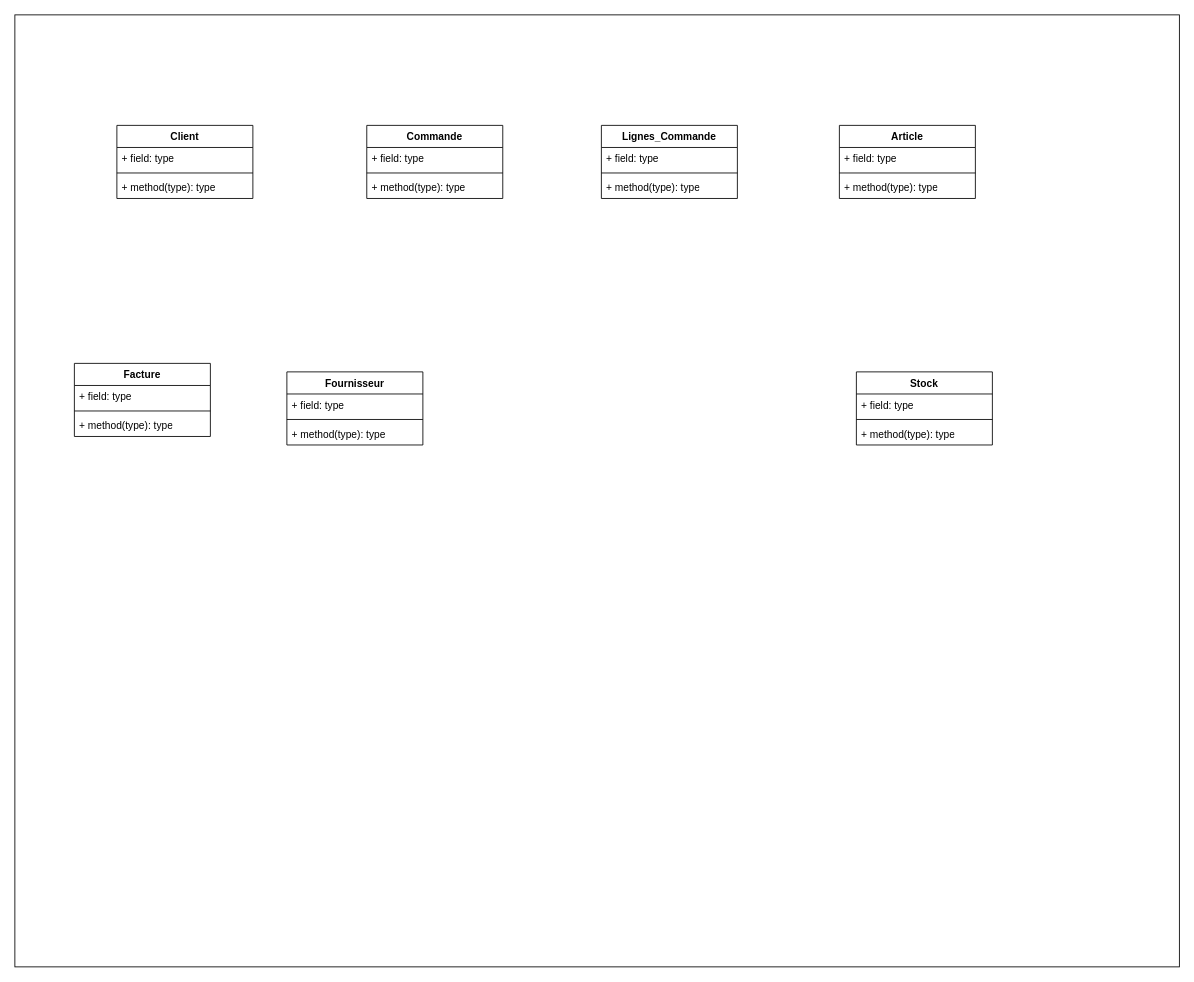
This is diagrammeclasseerp.drawio from labidimahdi/diagrams, a draw.io file, before an edit. Source tidied: cells renumbered, new cells numbered last; positions are measured from the earlier drawing's top-left corner, leaving out a move shared by most shapes. Both pictures are drawn from the tidied source at 85%, with x=0, y=0 at pixel (14, 14).
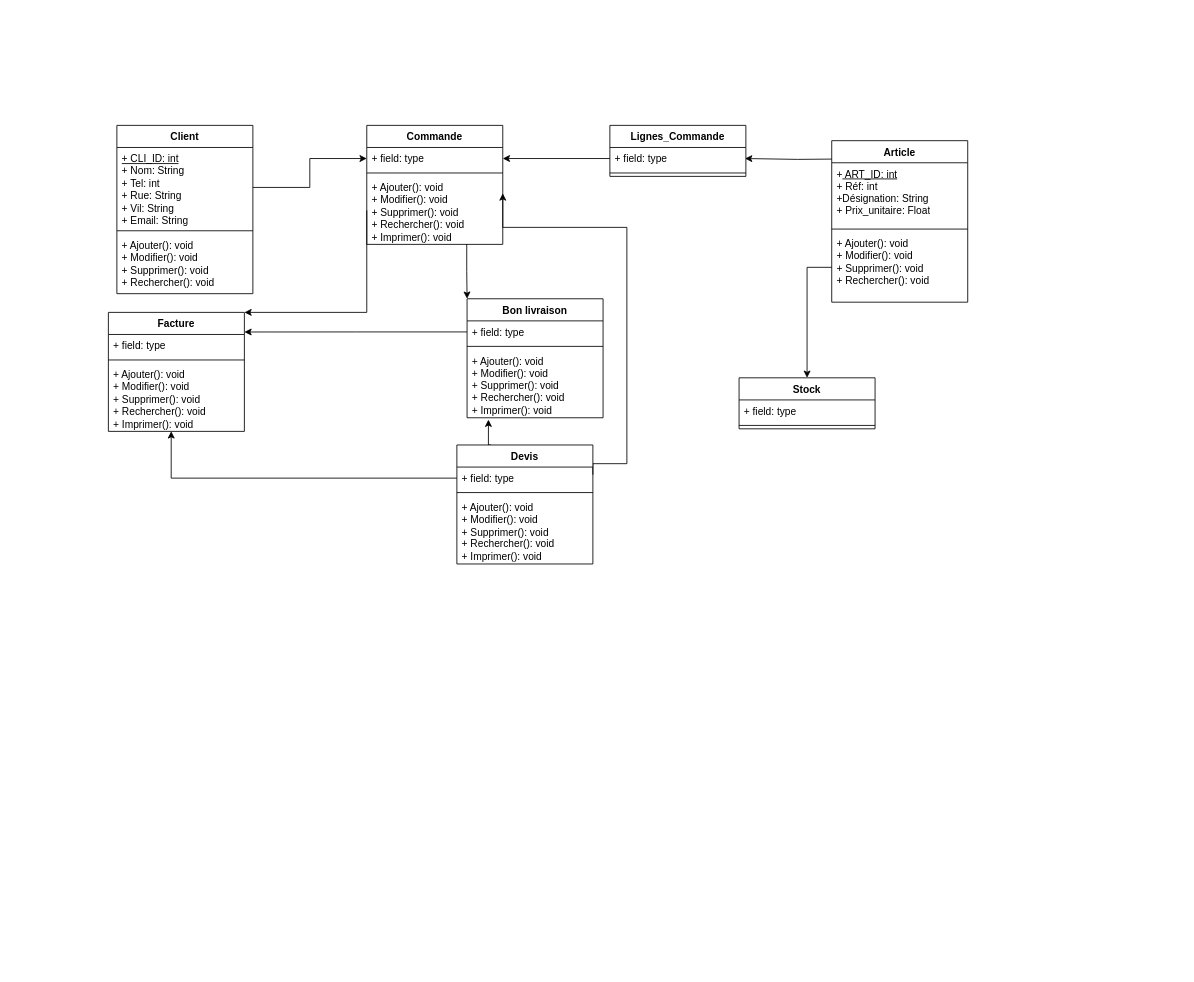
After the change.

Commit message (it also covers changes not shown here):
Mettre à jour diagrammeclasseerp.drawio

The change refers to these unchanged cells:
```xml
<mxCell id="8" value="+ field: type" style="text;strokeColor=none;fillColor=none;align=left;verticalAlign=top;spacingLeft=4;spacingRight=4;overflow=hidden;points=[[0,0.5],[1,0.5]];portConstraint=eastwest;whiteSpace=wrap;html=1;" parent="7" vertex="1">
  <mxGeometry y="26" width="160" height="26" as="geometry" />
</mxCell>
<mxCell id="12" value="+ field: type" style="text;strokeColor=none;fillColor=none;align=left;verticalAlign=top;spacingLeft=4;spacingRight=4;overflow=hidden;points=[[0,0.5],[1,0.5]];portConstraint=eastwest;whiteSpace=wrap;html=1;" parent="11" vertex="1">
  <mxGeometry y="26" width="160" height="26" as="geometry" />
</mxCell>
<mxCell id="20" value="+ field: type" style="text;strokeColor=none;fillColor=none;align=left;verticalAlign=top;spacingLeft=4;spacingRight=4;overflow=hidden;points=[[0,0.5],[1,0.5]];portConstraint=eastwest;whiteSpace=wrap;html=1;" parent="19" vertex="1">
  <mxGeometry y="26" width="160" height="26" as="geometry" />
</mxCell>
```

What changed in the source:
```diff
@@
-    <mxCell id="2" style="rounded=0;whiteSpace=wrap;html=1;" parent="1" vertex="1">
-      <mxGeometry width="1370" height="1120" as="geometry" />
-    </mxCell>
     <mxCell id="3" value="Client" style="swimlane;fontStyle=1;align=center;verticalAlign=top;horizontal=1;startSize=26;whiteSpace=wrap;html=1;" parent="1" vertex="1">
-      <mxGeometry x="120" y="130" width="160" height="86" as="geometry" />
+      <mxGeometry x="120" y="130" width="160" height="198" as="geometry" />
     </mxCell>
-    <mxCell id="4" value="+ field: type" style="text;strokeColor=none;fillColor=none;align=left;verticalAlign=top;spacingLeft=4;spacingRight=4;overflow=hidden;points=[[0,0.5],[1,0.5]];portConstraint=eastwest;whiteSpace=wrap;html=1;" parent="3" vertex="1">
-      <mxGeometry y="26" width="160" height="26" as="geometry" />
+    <mxCell id="4" value="&lt;u&gt;+ CLI_ID: int&lt;/u&gt;&lt;br&gt;+ Nom: String&lt;br&gt;+ Tel: int&lt;br&gt;+ Rue: String&lt;br&gt;+ Vil: String&lt;br&gt;+ Email: String" style="text;strokeColor=none;fillColor=none;align=left;verticalAlign=top;spacingLeft=4;spacingRight=4;overflow=hidden;points=[[0,0.5],[1,0.5]];portConstraint=eastwest;whiteSpace=wrap;html=1;" parent="3" vertex="1">
+      <mxGeometry y="26" width="160" height="94" as="geometry" />
     </mxCell>
     <mxCell id="5" style="line;strokeWidth=1;fillColor=none;align=left;verticalAlign=middle;spacingTop=-1;spacingLeft=3;spacingRight=3;labelPosition=right;strokeColor=inherit;" parent="3" vertex="1">
-      <mxGeometry y="52" width="160" height="8" as="geometry" />
+      <mxGeometry y="120" width="160" height="8" as="geometry" />
     </mxCell>
-    <mxCell id="6" value="+ method(type): type" style="text;strokeColor=none;fillColor=none;align=left;verticalAlign=top;spacingLeft=4;spacingRight=4;overflow=hidden;whiteSpace=wrap;html=1;" parent="3" vertex="1">
-      <mxGeometry y="60" width="160" height="26" as="geometry" />
+    <mxCell id="6" value="+ Ajouter(): void&lt;br style=&quot;border-color: var(--border-color);&quot;&gt;+ Modifier(): void&lt;br style=&quot;border-color: var(--border-color);&quot;&gt;+ Supprimer(): void&lt;br style=&quot;border-color: var(--border-color);&quot;&gt;+ Rechercher(): void" style="text;strokeColor=none;fillColor=none;align=left;verticalAlign=top;spacingLeft=4;spacingRight=4;overflow=hidden;whiteSpace=wrap;html=1;" parent="3" vertex="1">
+      <mxGeometry y="128" width="160" height="70" as="geometry" />
     </mxCell>
+    <mxCell id="31" style="edgeStyle=orthogonalEdgeStyle;rounded=0;jettySize=auto;html=1;exitX=0.735;exitY=0.995;exitDx=0;exitDy=0;entryX=0;entryY=0;entryDx=0;entryDy=0;exitPerimeter=0;" parent="1" edge="1" source="10" target="42">
+      <mxGeometry relative="1" as="geometry" />
+    </mxCell>
     <mxCell id="7" value="Commande" style="swimlane;fontStyle=1;align=center;verticalAlign=top;horizontal=1;startSize=26;whiteSpace=wrap;html=1;" parent="1" vertex="1">
-      <mxGeometry x="414" y="130" width="160" height="86" as="geometry" />
+      <mxGeometry x="414" y="130" width="160" height="140" as="geometry" />
     </mxCell>
@@
-    <mxCell id="10" value="+ method(type): type" style="text;strokeColor=none;fillColor=none;align=left;verticalAlign=top;spacingLeft=4;spacingRight=4;overflow=hidden;points=[[0,0.5],[1,0.5]];portConstraint=eastwest;whiteSpace=wrap;html=1;" parent="7" vertex="1">
-      <mxGeometry y="60" width="160" height="26" as="geometry" />
+    <mxCell id="10" value="+ Ajouter(): void&lt;br style=&quot;border-color: var(--border-color);&quot;&gt;+ Modifier(): void&lt;br style=&quot;border-color: var(--border-color);&quot;&gt;+ Supprimer(): void&lt;br style=&quot;border-color: var(--border-color);&quot;&gt;+ Rechercher(): void&lt;br style=&quot;border-color: var(--border-color);&quot;&gt;+ Imprimer(): void" style="text;strokeColor=none;fillColor=none;align=left;verticalAlign=top;spacingLeft=4;spacingRight=4;overflow=hidden;points=[[0,0.5],[1,0.5]];portConstraint=eastwest;whiteSpace=wrap;html=1;" parent="7" vertex="1">
+      <mxGeometry y="60" width="160" height="80" as="geometry" />
     </mxCell>
     <mxCell id="11" value="Lignes_Commande" style="swimlane;fontStyle=1;align=center;verticalAlign=top;horizontal=1;startSize=26;whiteSpace=wrap;html=1;" parent="1" vertex="1">
-      <mxGeometry x="690" y="130" width="160" height="86" as="geometry" />
+      <mxGeometry x="700" y="130" width="160" height="60" as="geometry" />
     </mxCell>
@@
-    <mxCell id="14" value="+ method(type): type" style="text;strokeColor=none;fillColor=none;align=left;verticalAlign=top;spacingLeft=4;spacingRight=4;overflow=hidden;whiteSpace=wrap;html=1;" parent="11" vertex="1">
-      <mxGeometry y="60" width="160" height="26" as="geometry" />
-    </mxCell>
+    <mxCell id="32" style="rounded=0;orthogonalLoop=1;jettySize=auto;html=1;exitX=0;exitY=0.25;exitDx=0;exitDy=0;entryX=1;entryY=0.5;entryDx=0;entryDy=0;edgeStyle=orthogonalEdgeStyle;" parent="1" edge="1">
+      <mxGeometry relative="1" as="geometry">
+        <mxPoint x="981" y="169.5" as="sourcePoint" />
+        <mxPoint x="859" y="169" as="targetPoint" />
+      </mxGeometry>
+    </mxCell>
     <mxCell id="15" value="Article" style="swimlane;fontStyle=1;align=center;verticalAlign=top;horizontal=1;startSize=26;whiteSpace=wrap;html=1;" parent="1" vertex="1">
-      <mxGeometry x="970" y="130" width="160" height="86" as="geometry" />
+      <mxGeometry x="961" y="148" width="160" height="190" as="geometry" />
     </mxCell>
-    <mxCell id="16" value="+ field: type" style="text;strokeColor=none;fillColor=none;align=left;verticalAlign=top;spacingLeft=4;spacingRight=4;overflow=hidden;whiteSpace=wrap;html=1;" parent="15" vertex="1">
-      <mxGeometry y="26" width="160" height="26" as="geometry" />
+    <mxCell id="16" value="+&lt;u&gt; ART_ID: int&lt;br&gt;&lt;/u&gt;+ Réf: int&lt;br&gt;+Désignation: String&lt;br&gt;+ Prix_unitaire: Float" style="text;strokeColor=none;fillColor=none;align=left;verticalAlign=top;spacingLeft=4;spacingRight=4;overflow=hidden;whiteSpace=wrap;html=1;" parent="15" vertex="1">
+      <mxGeometry y="26" width="160" height="74" as="geometry" />
     </mxCell>
     <mxCell id="17" style="line;strokeWidth=1;fillColor=none;align=left;verticalAlign=middle;spacingTop=-1;spacingLeft=3;spacingRight=3;labelPosition=right;strokeColor=inherit;" parent="15" vertex="1">
-      <mxGeometry y="52" width="160" height="8" as="geometry" />
+      <mxGeometry y="100" width="160" height="8" as="geometry" />
     </mxCell>
-    <mxCell id="18" value="+ method(type): type" style="text;strokeColor=none;fillColor=none;align=left;verticalAlign=top;spacingLeft=4;spacingRight=4;overflow=hidden;points=[[0,0.5],[1,0.5]];portConstraint=eastwest;whiteSpace=wrap;html=1;" parent="15" vertex="1">
-      <mxGeometry y="60" width="160" height="26" as="geometry" />
+    <mxCell id="18" value="+ Ajouter(): void&lt;br&gt;+ Modifier(): void&lt;br&gt;+ Supprimer(): void&lt;br&gt;+ Rechercher(): void" style="text;strokeColor=none;fillColor=none;align=left;verticalAlign=top;spacingLeft=4;spacingRight=4;overflow=hidden;points=[[0,0.5],[1,0.5]];portConstraint=eastwest;whiteSpace=wrap;html=1;" parent="15" vertex="1">
+      <mxGeometry y="108" width="160" height="82" as="geometry" />
     </mxCell>
     <mxCell id="19" value="Facture" style="swimlane;fontStyle=1;align=center;verticalAlign=top;horizontal=1;startSize=26;whiteSpace=wrap;html=1;" parent="1" vertex="1">
-      <mxGeometry x="70" y="410" width="160" height="86" as="geometry" />
+      <mxGeometry x="110" y="350" width="160" height="140" as="geometry" />
     </mxCell>
@@
-    <mxCell id="22" value="+ method(type): type" style="text;strokeColor=none;fillColor=none;align=left;verticalAlign=top;spacingLeft=4;spacingRight=4;overflow=hidden;points=[[0,0.5],[1,0.5]];portConstraint=eastwest;whiteSpace=wrap;html=1;" parent="19" vertex="1">
-      <mxGeometry y="60" width="160" height="26" as="geometry" />
+    <mxCell id="22" value="+ Ajouter(): void&lt;br style=&quot;border-color: var(--border-color);&quot;&gt;+ Modifier(): void&lt;br style=&quot;border-color: var(--border-color);&quot;&gt;+ Supprimer(): void&lt;br style=&quot;border-color: var(--border-color);&quot;&gt;+ Rechercher(): void&lt;br style=&quot;border-color: var(--border-color);&quot;&gt;+ Imprimer(): void" style="text;strokeColor=none;fillColor=none;align=left;verticalAlign=top;spacingLeft=4;spacingRight=4;overflow=hidden;points=[[0,0.5],[1,0.5]];portConstraint=eastwest;whiteSpace=wrap;html=1;" parent="19" vertex="1">
+      <mxGeometry y="60" width="160" height="80" as="geometry" />
     </mxCell>
-    <mxCell id="23" value="Fournisseur" style="swimlane;fontStyle=1;align=center;verticalAlign=top;horizontal=1;startSize=26;whiteSpace=wrap;html=1;" parent="1" vertex="1">
-      <mxGeometry x="320" y="420" width="160" height="86" as="geometry" />
-    </mxCell>
-    <mxCell id="24" value="+ field: type" style="text;strokeColor=none;fillColor=none;align=left;verticalAlign=top;spacingLeft=4;spacingRight=4;overflow=hidden;whiteSpace=wrap;html=1;" parent="23" vertex="1">
-      <mxGeometry y="26" width="160" height="26" as="geometry" />
-    </mxCell>
-    <mxCell id="25" style="line;strokeWidth=1;fillColor=none;align=left;verticalAlign=middle;spacingTop=-1;spacingLeft=3;spacingRight=3;labelPosition=right;strokeColor=inherit;" parent="23" vertex="1">
-      <mxGeometry y="52" width="160" height="8" as="geometry" />
-    </mxCell>
-    <mxCell id="26" value="+ method(type): type" style="text;strokeColor=none;fillColor=none;align=left;verticalAlign=top;spacingLeft=4;spacingRight=4;overflow=hidden;whiteSpace=wrap;html=1;" parent="23" vertex="1">
-      <mxGeometry y="60" width="160" height="26" as="geometry" />
-    </mxCell>
     <mxCell id="27" value="Stock" style="swimlane;fontStyle=1;align=center;verticalAlign=top;horizontal=1;startSize=26;whiteSpace=wrap;html=1;" parent="1" vertex="1">
-      <mxGeometry x="990" y="420" width="160" height="86" as="geometry" />
+      <mxGeometry x="852" y="427" width="160" height="60" as="geometry" />
     </mxCell>
@@
-    <mxCell id="30" value="+ method(type): type" style="text;strokeColor=none;fillColor=none;align=left;verticalAlign=top;spacingLeft=4;spacingRight=4;overflow=hidden;whiteSpace=wrap;html=1;" parent="27" vertex="1">
-      <mxGeometry y="60" width="160" height="26" as="geometry" />
-    </mxCell>
+    <mxCell id="33" style="edgeStyle=orthogonalEdgeStyle;rounded=0;jettySize=auto;html=1;exitX=1;exitY=0.5;exitDx=0;exitDy=0;" parent="1" edge="1" source="4" target="8">
+      <mxGeometry relative="1" as="geometry" />
+    </mxCell>
+    <mxCell id="34" style="edgeStyle=orthogonalEdgeStyle;rounded=0;jettySize=auto;html=1;exitX=0;exitY=0.5;exitDx=0;exitDy=0;" parent="1" edge="1" source="12" target="8">
+      <mxGeometry relative="1" as="geometry" />
+    </mxCell>
+    <mxCell id="35" style="edgeStyle=orthogonalEdgeStyle;rounded=0;jettySize=auto;html=1;exitX=0;exitY=0.5;exitDx=0;exitDy=0;entryX=0.5;entryY=0;entryDx=0;entryDy=0;" parent="1" edge="1" source="18" target="27">
+      <mxGeometry relative="1" as="geometry" />
+    </mxCell>
+    <mxCell id="36" style="edgeStyle=orthogonalEdgeStyle;rounded=0;jettySize=auto;html=1;exitX=0.25;exitY=0;exitDx=0;exitDy=0;entryX=0.157;entryY=1.027;entryDx=0;entryDy=0;entryPerimeter=0;" parent="1" edge="1" source="38" target="45">
+      <mxGeometry relative="1" as="geometry">
+        <Array as="points">
+          <mxPoint x="557" y="506" />
+        </Array>
+      </mxGeometry>
+    </mxCell>
+    <mxCell id="37" style="edgeStyle=orthogonalEdgeStyle;rounded=0;jettySize=auto;html=1;exitX=1;exitY=0.25;exitDx=0;exitDy=0;" parent="1" edge="1" source="38">
+      <mxGeometry relative="1" as="geometry">
+        <mxPoint x="574" y="210" as="targetPoint" />
+        <Array as="points">
+          <mxPoint x="720" y="528" />
+          <mxPoint x="720" y="250" />
+          <mxPoint x="574" y="250" />
+        </Array>
+      </mxGeometry>
+    </mxCell>
+    <mxCell id="38" value="Devis" style="swimlane;fontStyle=1;align=center;verticalAlign=top;horizontal=1;startSize=26;whiteSpace=wrap;html=1;" parent="1" vertex="1">
+      <mxGeometry x="520" y="506" width="160" height="140" as="geometry" />
+    </mxCell>
+    <mxCell id="39" value="+ field: type" style="text;strokeColor=none;fillColor=none;align=left;verticalAlign=top;spacingLeft=4;spacingRight=4;overflow=hidden;points=[[0,0.5],[1,0.5]];portConstraint=eastwest;whiteSpace=wrap;html=1;" parent="38" vertex="1">
+      <mxGeometry y="26" width="160" height="26" as="geometry" />
+    </mxCell>
+    <mxCell id="40" style="line;strokeWidth=1;fillColor=none;align=left;verticalAlign=middle;spacingTop=-1;spacingLeft=3;spacingRight=3;labelPosition=right;strokeColor=inherit;" parent="38" vertex="1">
+      <mxGeometry y="52" width="160" height="8" as="geometry" />
+    </mxCell>
+    <mxCell id="41" value="+ Ajouter(): void&lt;br style=&quot;border-color: var(--border-color);&quot;&gt;+ Modifier(): void&lt;br style=&quot;border-color: var(--border-color);&quot;&gt;+ Supprimer(): void&lt;br style=&quot;border-color: var(--border-color);&quot;&gt;+ Rechercher(): void&lt;br&gt;+ Imprimer(): void" style="text;strokeColor=none;fillColor=none;align=left;verticalAlign=top;spacingLeft=4;spacingRight=4;overflow=hidden;whiteSpace=wrap;html=1;" parent="38" vertex="1">
+      <mxGeometry y="60" width="160" height="80" as="geometry" />
+    </mxCell>
+    <mxCell id="42" value="Bon livraison" style="swimlane;fontStyle=1;align=center;verticalAlign=top;horizontal=1;startSize=26;whiteSpace=wrap;html=1;" parent="1" vertex="1">
+      <mxGeometry x="532" y="334" width="160" height="140" as="geometry" />
+    </mxCell>
+    <mxCell id="43" value="+ field: type" style="text;strokeColor=none;fillColor=none;align=left;verticalAlign=top;spacingLeft=4;spacingRight=4;overflow=hidden;points=[[0,0.5],[1,0.5]];portConstraint=eastwest;whiteSpace=wrap;html=1;" parent="42" vertex="1">
+      <mxGeometry y="26" width="160" height="26" as="geometry" />
+    </mxCell>
+    <mxCell id="44" style="line;strokeWidth=1;fillColor=none;align=left;verticalAlign=middle;spacingTop=-1;spacingLeft=3;spacingRight=3;labelPosition=right;strokeColor=inherit;" parent="42" vertex="1">
+      <mxGeometry y="52" width="160" height="8" as="geometry" />
+    </mxCell>
+    <mxCell id="45" value="+ Ajouter(): void&lt;br style=&quot;border-color: var(--border-color);&quot;&gt;+ Modifier(): void&lt;br style=&quot;border-color: var(--border-color);&quot;&gt;+ Supprimer(): void&lt;br style=&quot;border-color: var(--border-color);&quot;&gt;+ Rechercher(): void&lt;br style=&quot;border-color: var(--border-color);&quot;&gt;+ Imprimer(): void" style="text;strokeColor=none;fillColor=none;align=left;verticalAlign=top;spacingLeft=4;spacingRight=4;overflow=hidden;points=[[0,0.5],[1,0.5]];portConstraint=eastwest;whiteSpace=wrap;html=1;" parent="42" vertex="1">
+      <mxGeometry y="60" width="160" height="80" as="geometry" />
+    </mxCell>
+    <mxCell id="46" style="edgeStyle=orthogonalEdgeStyle;rounded=0;jettySize=auto;html=1;exitX=0;exitY=0.5;exitDx=0;exitDy=0;entryX=1;entryY=0;entryDx=0;entryDy=0;" parent="1" edge="1" source="10" target="19">
+      <mxGeometry relative="1" as="geometry">
+        <Array as="points">
+          <mxPoint x="414" y="350" />
+        </Array>
+      </mxGeometry>
+    </mxCell>
+    <mxCell id="47" style="edgeStyle=orthogonalEdgeStyle;rounded=0;jettySize=auto;html=1;exitX=0;exitY=0.5;exitDx=0;exitDy=0;entryX=1;entryY=-0.112;entryDx=0;entryDy=0;entryPerimeter=0;" parent="1" edge="1" source="43" target="20">
+      <mxGeometry relative="1" as="geometry" />
+    </mxCell>
+    <mxCell id="48" style="edgeStyle=orthogonalEdgeStyle;rounded=0;jettySize=auto;html=1;exitX=0;exitY=0.5;exitDx=0;exitDy=0;entryX=0.462;entryY=0.998;entryDx=0;entryDy=0;entryPerimeter=0;" parent="1" edge="1" source="39" target="22">
+      <mxGeometry relative="1" as="geometry" />
+    </mxCell>
```
